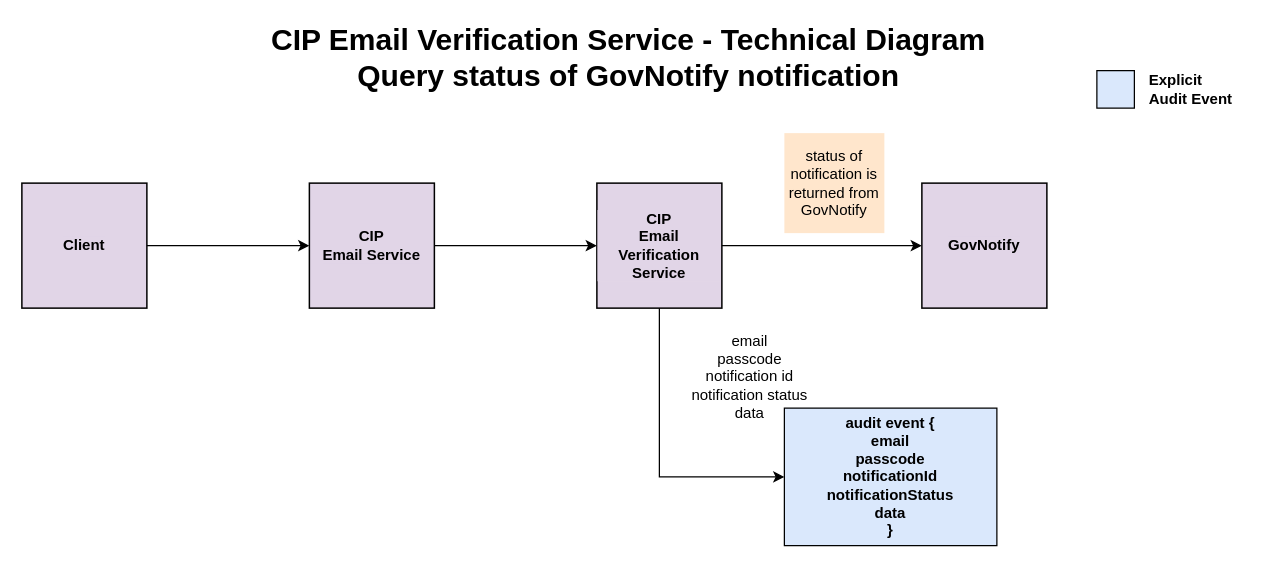
This is diagrams/email_audit_verification_query_status.drawio from hmrc/cip-email, a draw.io file, before an edit. Source tidied: cells renumbered, new cells numbered last; positions are measured from the earlier drawing's top-left corner, leaving out a move shared by most shapes. Both pictures are drawn from the tidied source at 125%, with x=0, y=0 at pixel (21, 32).
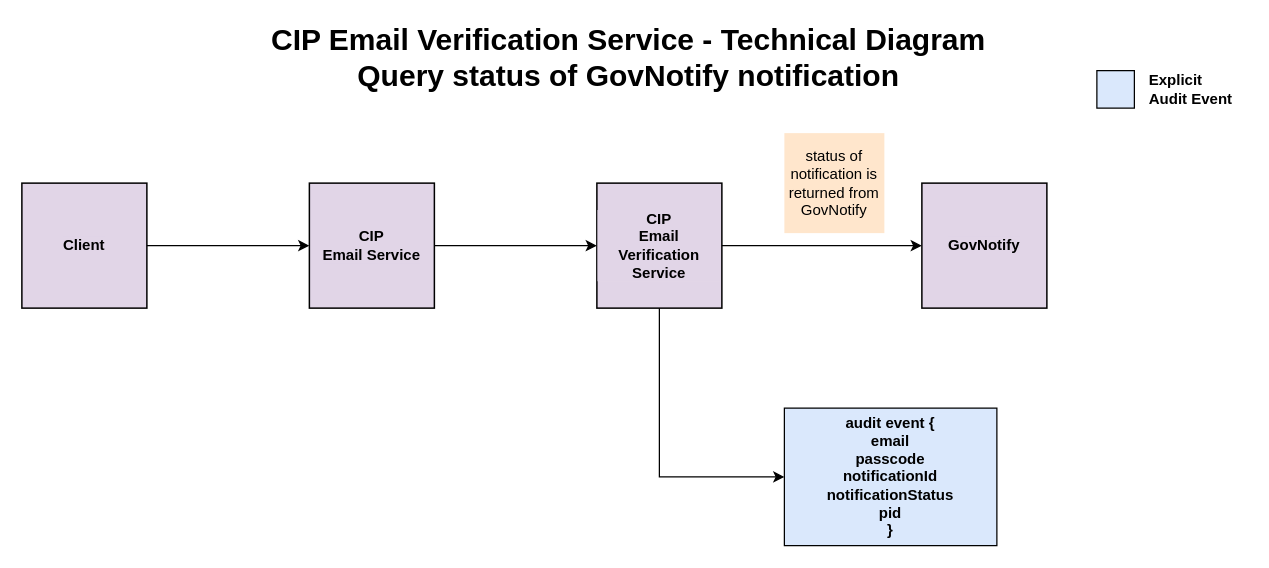
The same page after the edit.

Commit message (it also covers changes not shown here):
Updated audit diagrams

The edit, as a diff of the source:
```diff
@@
 <mxGraphModel background="#ffffff">
   <root>
     <mxCell id="0" />
     <mxCell id="1" parent="0" />
     <mxCell id="2" value="Client" style="whiteSpace=wrap;html=1;labelBackgroundColor=#E1D5E7;fillColor=#E1D5E7;strokeColor=#000000;fontStyle=1;strokeWidth=1.2;" parent="1" vertex="1">
       <mxGeometry y="120" width="100" height="100" as="geometry" />
     </mxCell>
     <mxCell id="3" value="CIP &lt;br&gt;Email Service" style="whiteSpace=wrap;html=1;labelBackgroundColor=#E1D5E7;fillColor=#E1D5E7;strokeColor=#000000;fontStyle=1;strokeWidth=1.2;" parent="1" vertex="1">
       <mxGeometry x="230" y="120" width="100" height="100" as="geometry" />
     </mxCell>
     <mxCell id="4" value="CIP&lt;br&gt;Email&lt;br&gt;Verification Service" style="whiteSpace=wrap;html=1;labelBackgroundColor=#E1D5E7;fillColor=#E1D5E7;strokeColor=#000000;fontStyle=1;strokeWidth=1.2;" parent="1" vertex="1">
       <mxGeometry x="460" y="120" width="100" height="100" as="geometry" />
     </mxCell>
     <mxCell id="5" value="CIP Email Verification Service - Technical Diagram&lt;br&gt;Query status of GovNotify notification" style="text;strokeColor=none;fillColor=none;html=1;fontSize=24;fontStyle=1;verticalAlign=middle;align=center;labelBackgroundColor=none;" parent="1" vertex="1">
       <mxGeometry x="435" width="100" height="40" as="geometry" />
     </mxCell>
-    <mxCell id="6" value="email&lt;br&gt;passcode&lt;br&gt;notification id&lt;br&gt;notification status&lt;br&gt;data" style="text;html=1;align=center;verticalAlign=middle;strokeColor=none;fillColor=none;" parent="1" vertex="1">
-      <mxGeometry x="522" y="230" width="120" height="90" as="geometry" />
-    </mxCell>
-    <mxCell id="7" value="&lt;span style=&quot;&quot;&gt;audit event {&lt;/span&gt;&lt;br style=&quot;&quot;&gt;&lt;span style=&quot;&quot;&gt;&#9;&lt;/span&gt;&lt;span style=&quot;&quot;&gt;email&lt;br&gt;&lt;/span&gt;passcode&lt;br&gt;notificationId&lt;br style=&quot;&quot;&gt;&lt;span style=&quot;&quot;&gt;notificationStatus&lt;/span&gt;&lt;br style=&quot;&quot;&gt;&lt;span style=&quot;&quot;&gt;data&lt;/span&gt;&lt;br style=&quot;&quot;&gt;&lt;span style=&quot;&quot;&gt;}&lt;/span&gt;" style="rounded=0;whiteSpace=wrap;html=1;labelBackgroundColor=#DAE8FC;strokeColor=#000000;fillColor=#DAE8FC;fontStyle=1;" parent="1" vertex="1">
+    <mxCell id="7" value="&lt;span style=&quot;&quot;&gt;audit event {&lt;/span&gt;&lt;br style=&quot;&quot;&gt;&lt;span style=&quot;&quot;&gt;&#9;&lt;/span&gt;&lt;span style=&quot;&quot;&gt;email&lt;br&gt;&lt;/span&gt;passcode&lt;br&gt;notificationId&lt;br style=&quot;&quot;&gt;&lt;span style=&quot;&quot;&gt;notificationStatus&lt;/span&gt;&lt;br style=&quot;&quot;&gt;&lt;span style=&quot;&quot;&gt;pid&lt;/span&gt;&lt;br style=&quot;&quot;&gt;&lt;span style=&quot;&quot;&gt;}&lt;/span&gt;" style="rounded=0;whiteSpace=wrap;html=1;labelBackgroundColor=#DAE8FC;strokeColor=#000000;fillColor=#DAE8FC;fontStyle=1;" parent="1" vertex="1">
       <mxGeometry x="610" y="300" width="170" height="110" as="geometry" />
     </mxCell>
     <mxCell id="8" style="endArrow=classic;html=1;rounded=0;entryX=0;entryY=0.5;entryDx=0;entryDy=0;exitX=1;exitY=0.5;exitDx=0;exitDy=0;" parent="1" edge="1" source="2" target="3">
       <mxGeometry relative="1" as="geometry" />
     </mxCell>
     <mxCell id="9" style="endArrow=classic;html=1;rounded=0;entryX=0;entryY=0.5;entryDx=0;entryDy=0;exitX=1;exitY=0.5;exitDx=0;exitDy=0;" parent="1" edge="1" source="3" target="4">
       <mxGeometry relative="1" as="geometry" />
     </mxCell>
     <mxCell id="10" value="status of notification is returned from GovNotify" style="whiteSpace=wrap;html=1;labelBackgroundColor=none;strokeColor=none;fillColor=#ffe6cc;" parent="1" vertex="1">
       <mxGeometry x="610" y="80" width="80" height="80" as="geometry" />
     </mxCell>
     <mxCell id="11" style="endArrow=classic;html=1;rounded=0;entryX=0;entryY=0.5;entryDx=0;entryDy=0;exitX=0.5;exitY=1;exitDx=0;exitDy=0;" parent="1" edge="1" source="4" target="7">
       <mxGeometry relative="1" as="geometry">
         <Array as="points">
           <mxPoint x="510" y="355" />
         </Array>
       </mxGeometry>
     </mxCell>
     <mxCell id="12" style="whiteSpace=wrap;html=1;labelBackgroundColor=#E6D0DE;strokeColor=#000000;fillColor=#DAE8FC;" parent="1" vertex="1">
       <mxGeometry x="860" y="30" width="30" height="30" as="geometry" />
     </mxCell>
     <mxCell id="13" value="Explicit &lt;br&gt;Audit Event" style="text;html=1;align=left;verticalAlign=middle;strokeColor=none;fillColor=none;fontStyle=1;" parent="1" vertex="1">
       <mxGeometry x="900" y="30" width="80" height="30" as="geometry" />
     </mxCell>
     <mxCell id="14" value="GovNotify" style="whiteSpace=wrap;html=1;labelBackgroundColor=#E1D5E7;fillColor=#E1D5E7;strokeColor=#000000;fontStyle=1;strokeWidth=1.2;" parent="1" vertex="1">
       <mxGeometry x="720" y="120" width="100" height="100" as="geometry" />
     </mxCell>
     <mxCell id="15" style="endArrow=classic;html=1;rounded=0;entryX=0;entryY=0.5;entryDx=0;entryDy=0;exitX=1;exitY=0.5;exitDx=0;exitDy=0;" parent="1" edge="1" source="4" target="14">
       <mxGeometry relative="1" as="geometry" />
     </mxCell>
   </root>
 </mxGraphModel>
```
